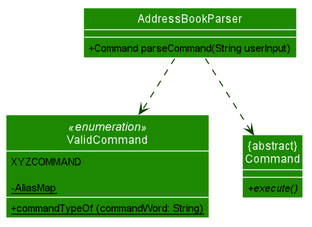
Earlier version of the PlantUML export docs/images/commandAlias/aliasClassDiagram.png (zhXchD/tp).
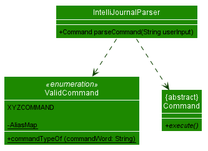
The same file after the commit.

Change to the diagram source:
```diff
@@ -63,7 +63,7 @@
 show attribute
 
 
-class AddressBookParser {
+class IntelliJournalParser {
     +Command parseCommand(String userInput)
 }
 
@@ -71,7 +71,7 @@
     + {abstract} execute()
 }
 
-AddressBookParser ..> ValidCommand
-AddressBookParser ..> Command
+IntelliJournalParser ..> ValidCommand
+IntelliJournalParser ..> Command
 
 @enduml
```
